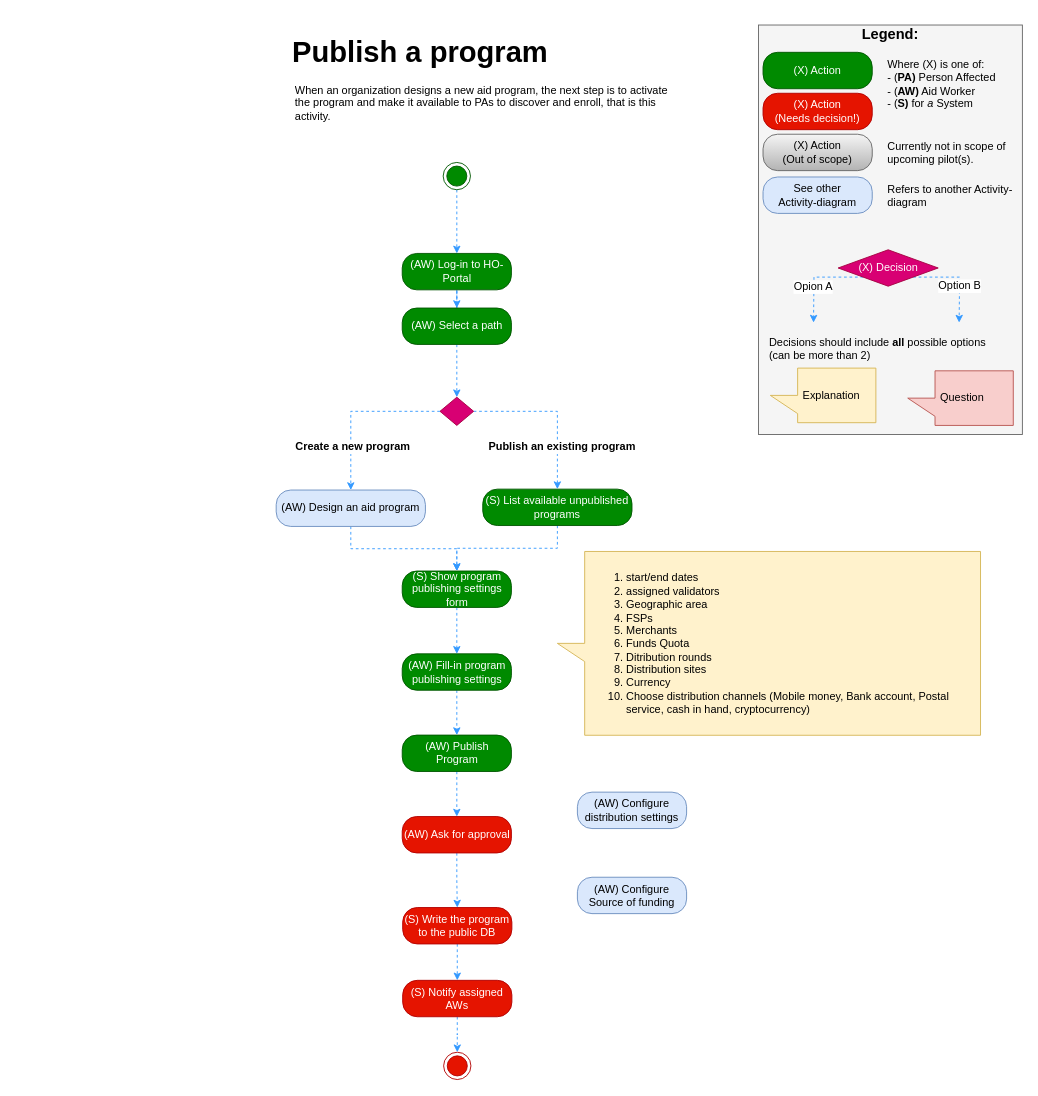
nsward/diagrams keeps this draw.io diagram as Activity Diagrams/Publish a program activity.drawio. Above is the earlier version. Source tidied: cells renumbered, new cells numbered last; positions are measured from the earlier drawing's top-left corner, leaving out a move shared by most shapes. Both pictures are drawn from the tidied source at 91%, with x=0, y=0 at pixel (276, 15).
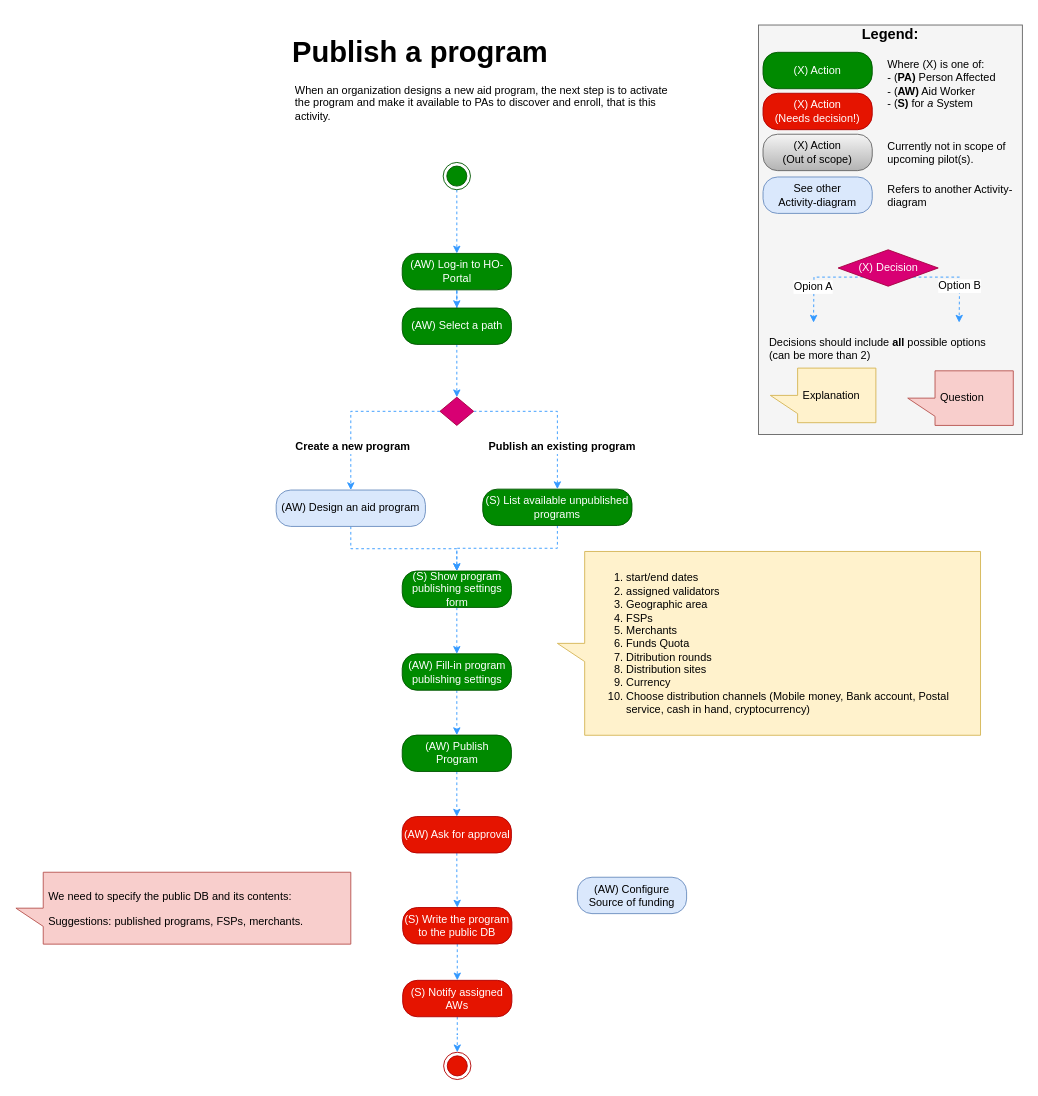
After the change.

Commit message:
Notes on public db

Diff of the diagram source:
```diff
@@
-    <mxCell id="54" value="(AW) Configure distribution settings&lt;br&gt;" style="rounded=1;whiteSpace=wrap;html=1;arcSize=40;fillColor=#dae8fc;strokeColor=#6c8ebf;fontColor=#000000;" parent="1" vertex="1">
-      <mxGeometry x="331" y="853" width="120" height="40" as="geometry" />
-    </mxCell>
@@
+    <mxCell id="57" value="&lt;p&gt;We need to specify the public DB and its contents:&lt;/p&gt;&lt;p&gt;Suggestions: published programs, FSPs, merchants.&lt;/p&gt;" style="shape=callout;whiteSpace=wrap;html=1;perimeter=calloutPerimeter;fillColor=#f8cecc;fontSize=12;align=left;strokeColor=#b85450;spacingLeft=4;direction=south;" parent="1" vertex="1">
+      <mxGeometry x="-286" y="941" width="368" height="79" as="geometry" />
+    </mxCell>
```
